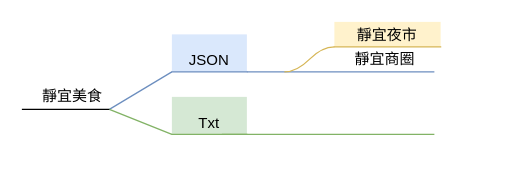
Above: json.drawio in chain-smok/BLOG (draw.io), before the change. Source tidied: cells renumbered, new cells numbered last; positions are measured from the earlier drawing's top-left corner, leaving out a move shared by most shapes. Both pictures are drawn from the tidied source at 125%, with x=0, y=0 at pixel (21, 21).
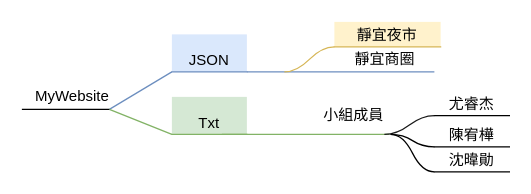
Above is the later version.

Change to the diagram source:
```diff
@@
-    <mxCell id="7" value="靜宜美食" style="text;html=1;align=center;verticalAlign=middle;strokeColor=none;fillColor=none;" parent="1" vertex="1">
-      <mxGeometry x="5" y="45" width="70" height="30" as="geometry" />
+    <mxCell id="7" value="MyWebsite" style="text;html=1;align=center;verticalAlign=middle;strokeColor=none;fillColor=none;" parent="1" vertex="1">
+      <mxGeometry y="45" width="80" height="30" as="geometry" />
     </mxCell>
@@
     <mxCell id="9" style="endArrow=none;html=1;rounded=0;fillColor=#d5e8d4;strokeColor=#82b366;" parent="1" edge="1">
       <mxGeometry relative="1" as="geometry">
         <mxPoint x="160" y="90" as="sourcePoint" />
-        <mxPoint x="330" y="90" as="targetPoint" />
+        <mxPoint x="294" y="90" as="targetPoint" />
         <Array as="points">
           <mxPoint x="190" y="90" />
         </Array>
       </mxGeometry>
     </mxCell>
@@
+    <mxCell id="13" value="小組成員" style="text;html=1;align=center;verticalAlign=middle;strokeColor=none;fillColor=none;" parent="1" vertex="1">
+      <mxGeometry x="230" y="60" width="70" height="30" as="geometry" />
+    </mxCell>
+    <mxCell id="14" value="尤睿杰" style="whiteSpace=wrap;html=1;shape=partialRectangle;top=0;left=0;bottom=1;right=0;points=[[0,1],[1,1]];align=center;verticalAlign=bottom;routingCenterY=0.5;snapToPoint=1;newEdgeStyle={&quot;edgeStyle&quot;:&quot;entityRelationEdgeStyle&quot;,&quot;startArrow&quot;:&quot;none&quot;,&quot;endArrow&quot;:&quot;none&quot;,&quot;segment&quot;:10,&quot;curved&quot;:1};" parent="1" vertex="1">
+      <mxGeometry x="330" y="60" width="60" height="15" as="geometry" />
+    </mxCell>
+    <mxCell id="15" style="edgeStyle=entityRelationEdgeStyle;startArrow=none;endArrow=none;segment=10;curved=1;rounded=0;fillColor=#d5e8d4;gradientColor=#97d077;strokeColor=#1A1A1A;" parent="1" edge="1" target="14">
+      <mxGeometry relative="1" as="geometry">
+        <mxPoint x="290" y="90" as="sourcePoint" />
+      </mxGeometry>
+    </mxCell>
+    <mxCell id="16" value="陳宥樺" style="whiteSpace=wrap;html=1;shape=partialRectangle;top=0;left=0;bottom=1;right=0;align=center;verticalAlign=bottom;routingCenterY=0.5;newEdgeStyle={&quot;edgeStyle&quot;:&quot;entityRelationEdgeStyle&quot;,&quot;startArrow&quot;:&quot;none&quot;,&quot;endArrow&quot;:&quot;none&quot;,&quot;segment&quot;:10,&quot;curved&quot;:1};" parent="1" vertex="1">
+      <mxGeometry x="330" y="80" width="60" height="20" as="geometry" />
+    </mxCell>
+    <mxCell id="17" style="edgeStyle=entityRelationEdgeStyle;startArrow=none;endArrow=none;segment=10;curved=1;rounded=0;fillColor=#d5e8d4;gradientColor=#97d077;strokeColor=#000000;" parent="1" edge="1">
+      <mxGeometry relative="1" as="geometry">
+        <mxPoint x="295" y="90" as="sourcePoint" />
+        <mxPoint x="330" y="100" as="targetPoint" />
+      </mxGeometry>
+    </mxCell>
+    <mxCell id="18" style="edgeStyle=entityRelationEdgeStyle;startArrow=none;endArrow=none;segment=10;curved=1;rounded=0;fillColor=#d5e8d4;gradientColor=#97d077;strokeColor=#000000;" parent="1" edge="1">
+      <mxGeometry relative="1" as="geometry">
+        <mxPoint x="295" y="90" as="sourcePoint" />
+        <mxPoint x="330" y="120" as="targetPoint" />
+      </mxGeometry>
+    </mxCell>
+    <mxCell id="19" value="沈暐勛" style="whiteSpace=wrap;html=1;shape=partialRectangle;top=0;left=0;bottom=1;right=0;align=center;verticalAlign=bottom;routingCenterY=0.5;newEdgeStyle={&quot;edgeStyle&quot;:&quot;entityRelationEdgeStyle&quot;,&quot;startArrow&quot;:&quot;none&quot;,&quot;endArrow&quot;:&quot;none&quot;,&quot;segment&quot;:10,&quot;curved&quot;:1};" parent="1" vertex="1" collapsed="1">
+      <mxGeometry x="330" y="110" width="60" height="10" as="geometry" />
+    </mxCell>
```
